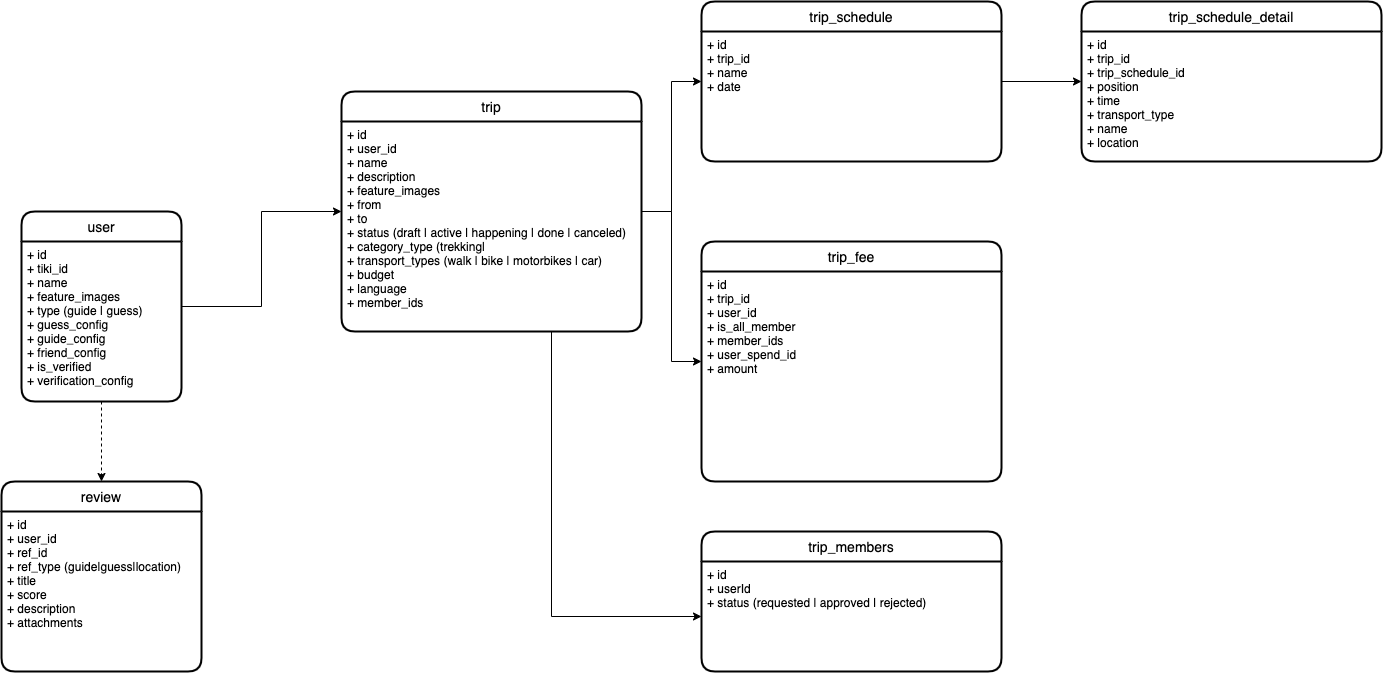
This is assets/flow-charts/01-detailerDb.png from minhphong306/nestjs-typeorm-mysql-jwt-boilerplate, a draw.io export, as it was before one commit. Source tidied: cells renumbered, new cells last; positions are measured from the earlier drawing's top-left corner, leaving out a move shared by most shapes.
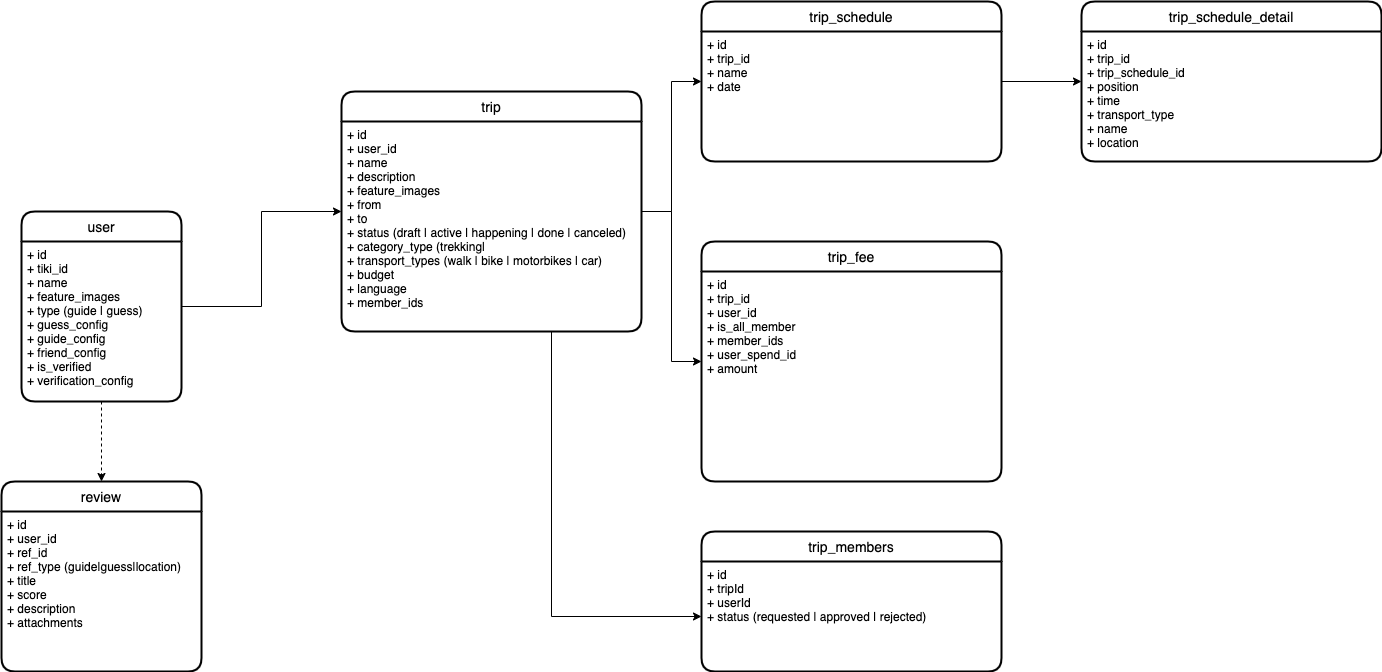
Above is the later version.

The edit, as a diff of the source:
```diff
@@ -57,7 +57,7 @@
     <mxCell id="18" value="trip_members" style="swimlane;horizontal=1;startSize=30;rounded=1;fontSize=14;fontStyle=0;strokeWidth=2;shadow=0;dashed=0;align=center;" parent="1" vertex="1">
       <mxGeometry x="700" y="530" width="300" height="140" as="geometry" />
     </mxCell>
-    <mxCell id="19" value="+ id&#10;+ userId&#10;+ status (requested | approved | rejected)" style="align=left;strokeColor=none;fillColor=none;spacingLeft=4;fontSize=12;verticalAlign=top;" parent="18" vertex="1">
+    <mxCell id="19" value="+ id&#10;+ tripId&#10;+ userId&#10;+ status (requested | approved | rejected)" style="align=left;strokeColor=none;fillColor=none;spacingLeft=4;fontSize=12;verticalAlign=top;" parent="18" vertex="1">
       <mxGeometry y="30" width="300" height="110" as="geometry" />
     </mxCell>
     <mxCell id="20" value="trip_schedule_detail" style="swimlane;horizontal=1;startSize=30;rounded=1;fontSize=14;fontStyle=0;strokeWidth=2;shadow=0;dashed=0;align=center;" parent="1" vertex="1">
```
